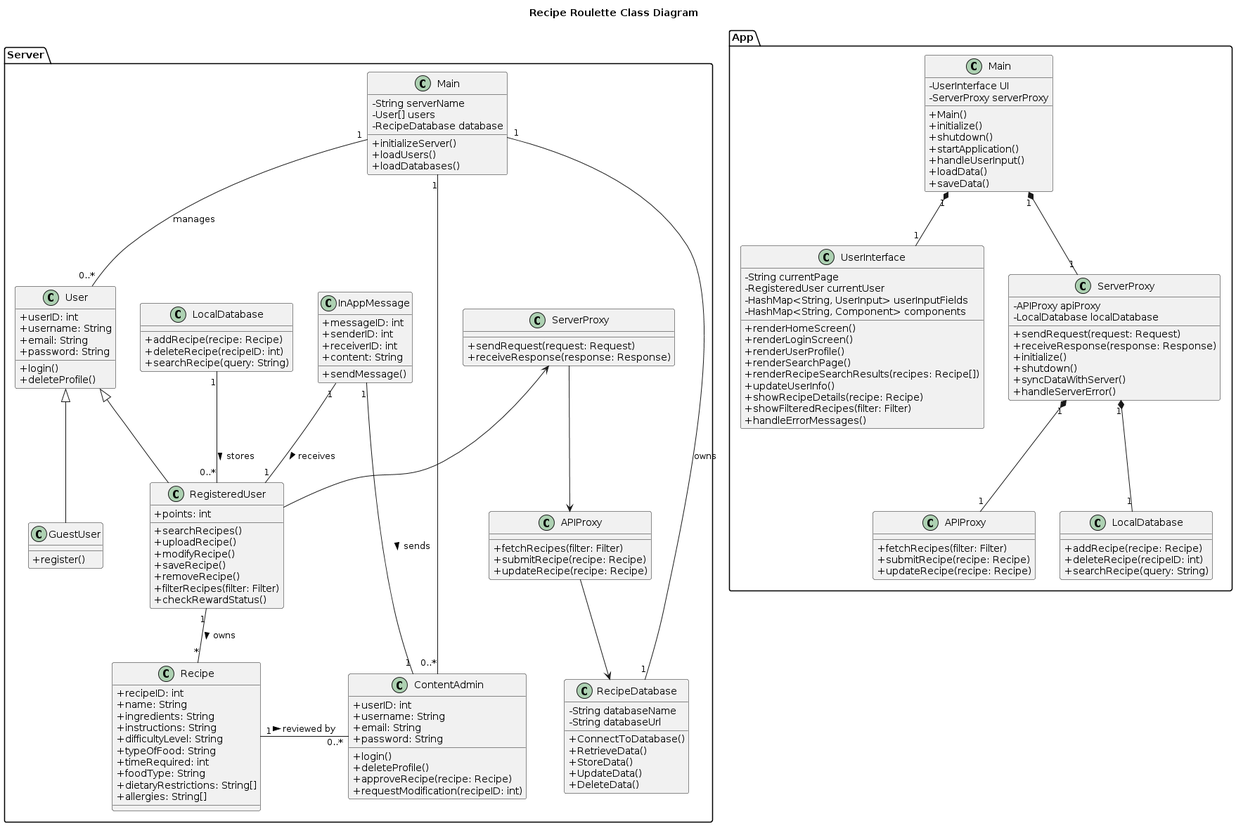
This is DIAGRAMS/class_diagram.png from carmensat/RECIPE-ROULETTE, a PlantUML export, as it was before one commit. The source it was exported from:
```plantuml
@startuml
skinparam classAttributeIconSize 0
Title: Recipe Roulette Class Diagram


package "App" {

    class Main {
        - UserInterface UI
        - ServerProxy serverProxy
        +Main()
        +initialize()
        +shutdown()
        +startApplication()
        +handleUserInput()
        +loadData()
        +saveData()
    }

    class UserInterface {
        -String currentPage
        -RegisteredUser currentUser
        -HashMap<String, UserInput> userInputFields
        -HashMap<String, Component> components
        + renderHomeScreen()
        + renderLoginScreen()
        + renderUserProfile()
        + renderSearchPage()
        + renderRecipeSearchResults(recipes: Recipe[])
        + updateUserInfo()
        + showRecipeDetails(recipe: Recipe)
        + showFilteredRecipes(filter: Filter)
        + handleErrorMessages()
    }

    class ServerProxy {
        - APIProxy apiProxy
        - LocalDatabase localDatabase
        + sendRequest(request: Request)
        + receiveResponse(response: Response)
        + initialize()
        + shutdown()
        + syncDataWithServer()
        + handleServerError()
    }

    class APIProxy {
        + fetchRecipes(filter: Filter)
        + submitRecipe(recipe: Recipe)
        + updateRecipe(recipe: Recipe)
    }

    class LocalDatabase {
        + addRecipe(recipe: Recipe)
        + deleteRecipe(recipeID: int)
        + searchRecipe(query: String)
    }


    Main "1" *-- "1" UserInterface
    Main "1" *-- "1" ServerProxy
    ServerProxy "1" *-- "1" APIProxy
    ServerProxy "1" *-- "1" LocalDatabase
}

package "Server" {
    class Main {
        -String serverName
        -User[] users
        -RecipeDatabase database
        +initializeServer()
        +loadUsers()
        +loadDatabases()
    }

    class User {
        +userID: int
        +username: String
        +email: String
        +password: String
        +login()
        +deleteProfile()
    }

    class RegisteredUser {
        +points: int
        +searchRecipes()
        +uploadRecipe()
        +modifyRecipe()
        +saveRecipe()
        +removeRecipe()
        +filterRecipes(filter: Filter)
        +checkRewardStatus()
    }

    class GuestUser {
        +register()
    }

    class Recipe {
        +recipeID: int
        +name: String
        +ingredients: String
        +instructions: String
        +difficultyLevel: String
        +typeOfFood: String
       +timeRequired: int
        +foodType: String
        +dietaryRestrictions: String[]
        +allergies: String[]
    }


    class LocalDatabase {
        +addRecipe(recipe: Recipe)
        +deleteRecipe(recipeID: int)
        +searchRecipe(query: String)
    }

    class ContentAdmin {
        +userID: int
        +username: String
        +email: String
        +password: String
        +login()
        +deleteProfile()
        +approveRecipe(recipe: Recipe)
        +requestModification(recipeID: int)
    }

    class APIProxy {
        +fetchRecipes(filter: Filter)
        +submitRecipe(recipe: Recipe)
        +updateRecipe(recipe: Recipe)
    }

    class InAppMessage {
        +messageID: int
        +senderID: int
        +receiverID: int
        +content: String
        +sendMessage()
    }

    class ServerProxy {
        +sendRequest(request: Request)
        +receiveResponse(response: Response)
    }

    class RecipeDatabase {
        -String databaseName
        -String databaseUrl
        +ConnectToDatabase()
        +RetrieveData()
        +StoreData()
        +UpdateData()
        +DeleteData()
    }



    Main "1" -- "0..*" User : manages
    Main "1" -- "0..*" ContentAdmin
    Main "1" -- "1" RecipeDatabase : owns
    User <|-- RegisteredUser
    User <|-- GuestUser
    RegisteredUser "1" -- "*" Recipe : owns >
    Recipe "1" -right- "0..*" ContentAdmin : reviewed by >
    LocalDatabase "1" -- "0..*" RegisteredUser : stores >
    InAppMessage "1" -- "1" ContentAdmin : sends >
    InAppMessage "1" -- "1" RegisteredUser : receives >
    ServerProxy <-- RegisteredUser
    ServerProxy --> APIProxy
    APIProxy --> RecipeDatabase
}
@enduml
```
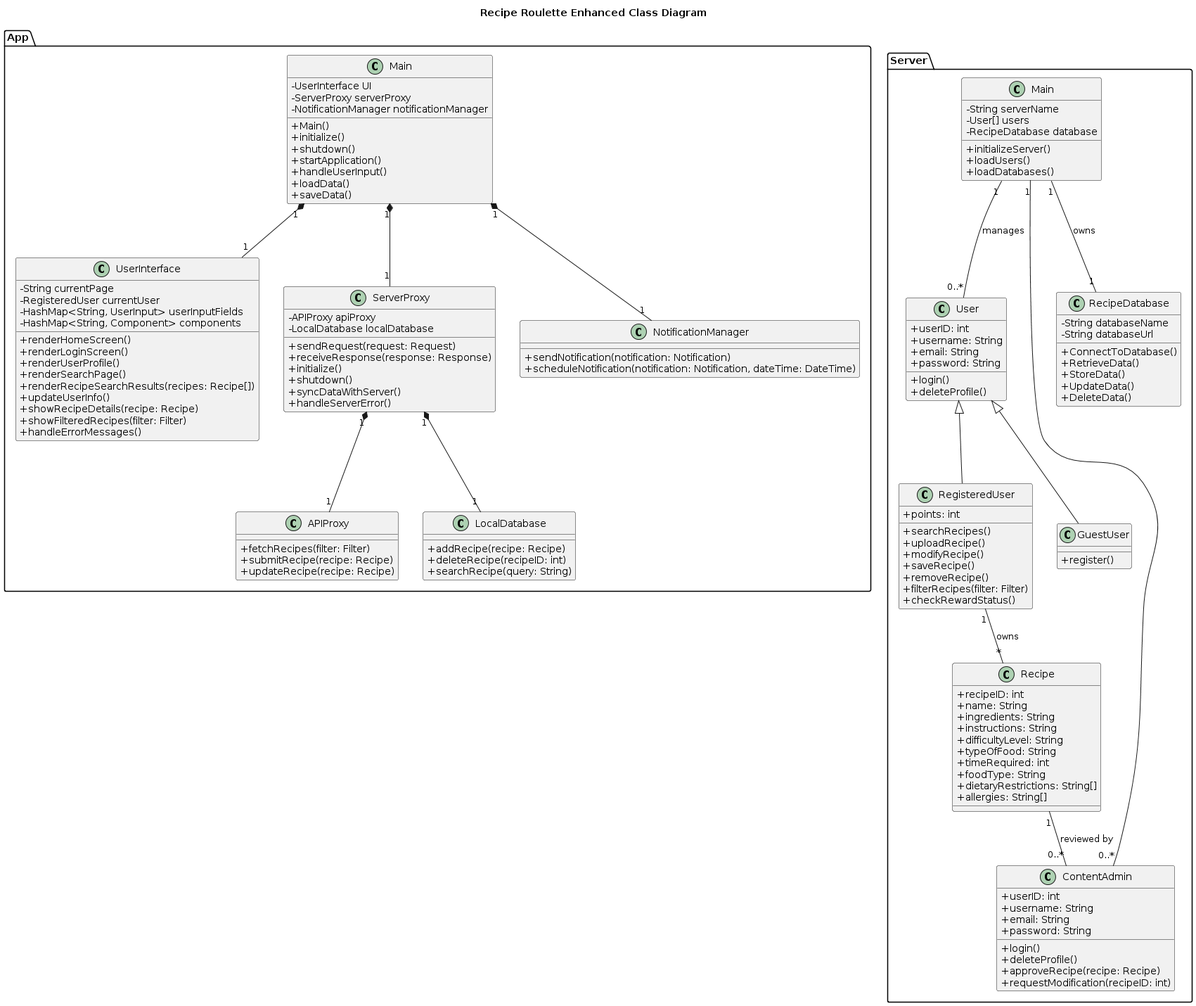
Later version of the same file.

Change to the diagram source:
```diff
@@ -1,13 +1,12 @@
 @startuml
 skinparam classAttributeIconSize 0
-Title: Recipe Roulette Class Diagram
-
+Title: Recipe Roulette Enhanced Class Diagram
 
 package "App" {
-
     class Main {
         - UserInterface UI
         - ServerProxy serverProxy
+        - NotificationManager notificationManager
         +Main()
         +initialize()
         +shutdown()
@@ -22,43 +21,48 @@
         -RegisteredUser currentUser
         -HashMap<String, UserInput> userInputFields
         -HashMap<String, Component> components
-        + renderHomeScreen()
-        + renderLoginScreen()
-        + renderUserProfile()
-        + renderSearchPage()
-        + renderRecipeSearchResults(recipes: Recipe[])
-        + updateUserInfo()
-        + showRecipeDetails(recipe: Recipe)
-        + showFilteredRecipes(filter: Filter)
-        + handleErrorMessages()
+        +renderHomeScreen()
+        +renderLoginScreen()
+        +renderUserProfile()
+        +renderSearchPage()
+        +renderRecipeSearchResults(recipes: Recipe[])
+        +updateUserInfo()
+        +showRecipeDetails(recipe: Recipe)
+        +showFilteredRecipes(filter: Filter)
+        +handleErrorMessages()
     }
 
     class ServerProxy {
-        - APIProxy apiProxy
-        - LocalDatabase localDatabase
-        + sendRequest(request: Request)
-        + receiveResponse(response: Response)
-        + initialize()
-        + shutdown()
-        + syncDataWithServer()
-        + handleServerError()
+        -APIProxy apiProxy
+        -LocalDatabase localDatabase
+        +sendRequest(request: Request)
+        +receiveResponse(response: Response)
+        +initialize()
+        +shutdown()
+        +syncDataWithServer()
+        +handleServerError()
+    }
+
+    class NotificationManager {
+        +sendNotification(notification: Notification)
+        +scheduleNotification(notification: Notification, dateTime: DateTime)
     }
 
     class APIProxy {
-        + fetchRecipes(filter: Filter)
-        + submitRecipe(recipe: Recipe)
-        + updateRecipe(recipe: Recipe)
+        +fetchRecipes(filter: Filter)
+        +submitRecipe(recipe: Recipe)
+        +updateRecipe(recipe: Recipe)
     }
 
     class LocalDatabase {
-        + addRecipe(recipe: Recipe)
-        + deleteRecipe(recipeID: int)
-        + searchRecipe(query: String)
+        +addRecipe(recipe: Recipe)
+        +deleteRecipe(recipeID: int)
+        +searchRecipe(query: String)
     }
-
 
     Main "1" *-- "1" UserInterface
     Main "1" *-- "1" ServerProxy
+    Main "1" *-- "1" NotificationManager
     ServerProxy "1" *-- "1" APIProxy
     ServerProxy "1" *-- "1" LocalDatabase
 }
@@ -97,26 +101,6 @@
         +register()
     }
 
-    class Recipe {
-        +recipeID: int
-        +name: String
-        +ingredients: String
-        +instructions: String
-        +difficultyLevel: String
-        +typeOfFood: String
-       +timeRequired: int
-        +foodType: String
-        +dietaryRestrictions: String[]
-        +allergies: String[]
-    }
-
-
-    class LocalDatabase {
-        +addRecipe(recipe: Recipe)
-        +deleteRecipe(recipeID: int)
-        +searchRecipe(query: String)
-    }
-
     class ContentAdmin {
         +userID: int
         +username: String
@@ -128,23 +112,17 @@
         +requestModification(recipeID: int)
     }
 
-    class APIProxy {
-        +fetchRecipes(filter: Filter)
-        +submitRecipe(recipe: Recipe)
-        +updateRecipe(recipe: Recipe)
-    }
-
-    class InAppMessage {
-        +messageID: int
-        +senderID: int
-        +receiverID: int
-        +content: String
-        +sendMessage()
-    }
-
-    class ServerProxy {
-        +sendRequest(request: Request)
-        +receiveResponse(response: Response)
+    class Recipe {
+        +recipeID: int
+        +name: String
+        +ingredients: String
+        +instructions: String
+        +difficultyLevel: String
+        +typeOfFood: String
+        +timeRequired: int
+        +foodType: String
+        +dietaryRestrictions: String[]
+        +allergies: String[]
     }
 
     class RecipeDatabase {
@@ -157,20 +135,12 @@
         +DeleteData()
     }
 
-
-
     Main "1" -- "0..*" User : manages
     Main "1" -- "0..*" ContentAdmin
     Main "1" -- "1" RecipeDatabase : owns
     User <|-- RegisteredUser
     User <|-- GuestUser
-    RegisteredUser "1" -- "*" Recipe : owns >
-    Recipe "1" -right- "0..*" ContentAdmin : reviewed by >
-    LocalDatabase "1" -- "0..*" RegisteredUser : stores >
-    InAppMessage "1" -- "1" ContentAdmin : sends >
-    InAppMessage "1" -- "1" RegisteredUser : receives >
-    ServerProxy <-- RegisteredUser
-    ServerProxy --> APIProxy
-    APIProxy --> RecipeDatabase
+    RegisteredUser "1" -- "*" Recipe : owns
+    Recipe "1" -- "0..*" ContentAdmin : reviewed by
 }
 @enduml
```
